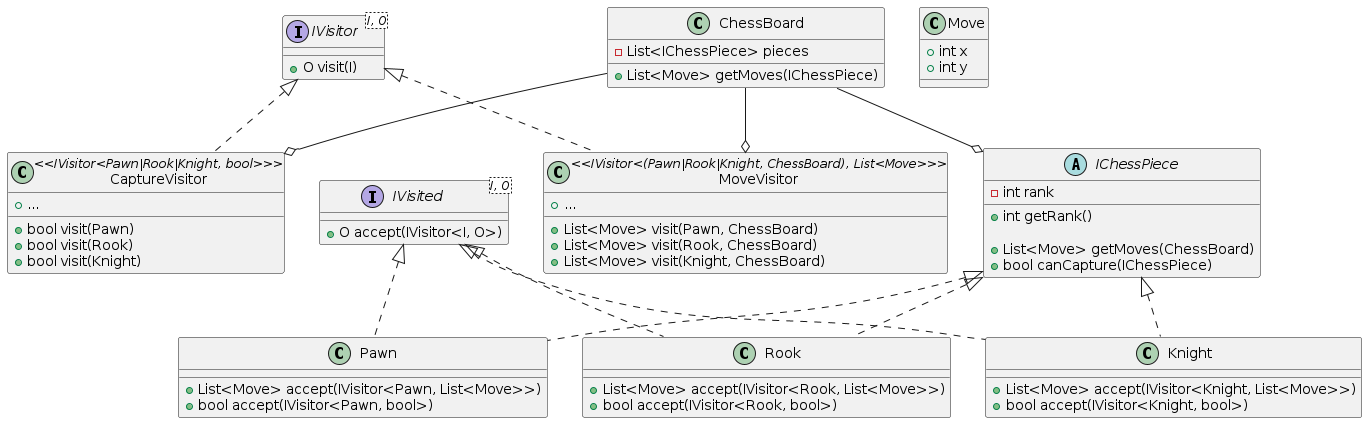
This is .docs/out/uml/visitor/visitor.png from buzzysin/playground, a PlantUML export, as it was before one commit. The source it was exported from:
```plantuml
@startuml visitor

interface IVisitor<I, O> {
    +O visit(I)
}
interface IVisited<I, O> {
    +O accept(IVisitor<I, O>)
}

class Move {
  +int x
  +int y
}

class ChessBoard {
  +List<Move> getMoves(IChessPiece)
  -List<IChessPiece> pieces
}
ChessBoard --o IChessPiece
ChessBoard --o CaptureVisitor
ChessBoard --o MoveVisitor

class MoveVisitor <<IVisitor<(Pawn|Rook|Knight, ChessBoard), List<Move>>>> implements IVisitor {
  +List<Move> visit(Pawn, ChessBoard)
  +List<Move> visit(Rook, ChessBoard)
  +List<Move> visit(Knight, ChessBoard)
  +...
}
class CaptureVisitor <<IVisitor<Pawn|Rook|Knight, bool>>> implements IVisitor {
  +bool visit(Pawn)
  +bool visit(Rook)
  +bool visit(Knight)
  +...
}

abstract IChessPiece {
  +int getRank()

  +List<Move> getMoves(ChessBoard)
  +bool canCapture(IChessPiece)

  -int rank
}

class Pawn implements IChessPiece, IVisited {
  +List<Move> accept(IVisitor<Pawn, List<Move>>)
  +bool accept(IVisitor<Pawn, bool>)
}
class Rook implements IChessPiece, IVisited {
  +List<Move> accept(IVisitor<Rook, List<Move>>)
  +bool accept(IVisitor<Rook, bool>)
}
class Knight implements IChessPiece, IVisited {
  +List<Move> accept(IVisitor<Knight, List<Move>>)
  +bool accept(IVisitor<Knight, bool>)
}

@enduml
```
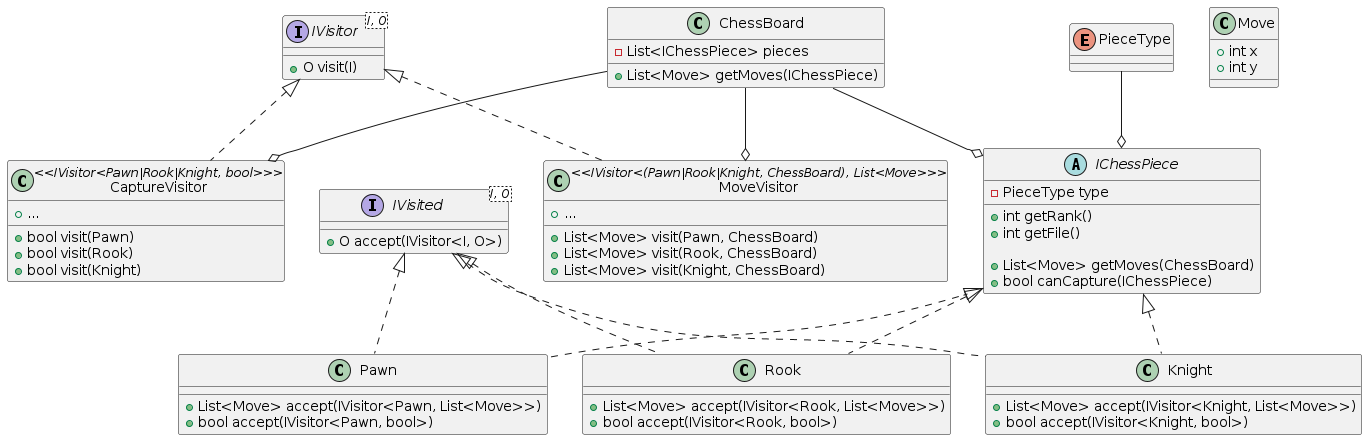
Above is the later version.

Change to the diagram source:
```diff
@@ -33,14 +33,19 @@
   +...
 }
 
+enum PieceType
+
 abstract IChessPiece {
   +int getRank()
+  +int getFile()
 
   +List<Move> getMoves(ChessBoard)
   +bool canCapture(IChessPiece)
 
-  -int rank
+  -PieceType type
 }
+
+PieceType --o IChessPiece
 
 class Pawn implements IChessPiece, IVisited {
   +List<Move> accept(IVisitor<Pawn, List<Move>>)
```
